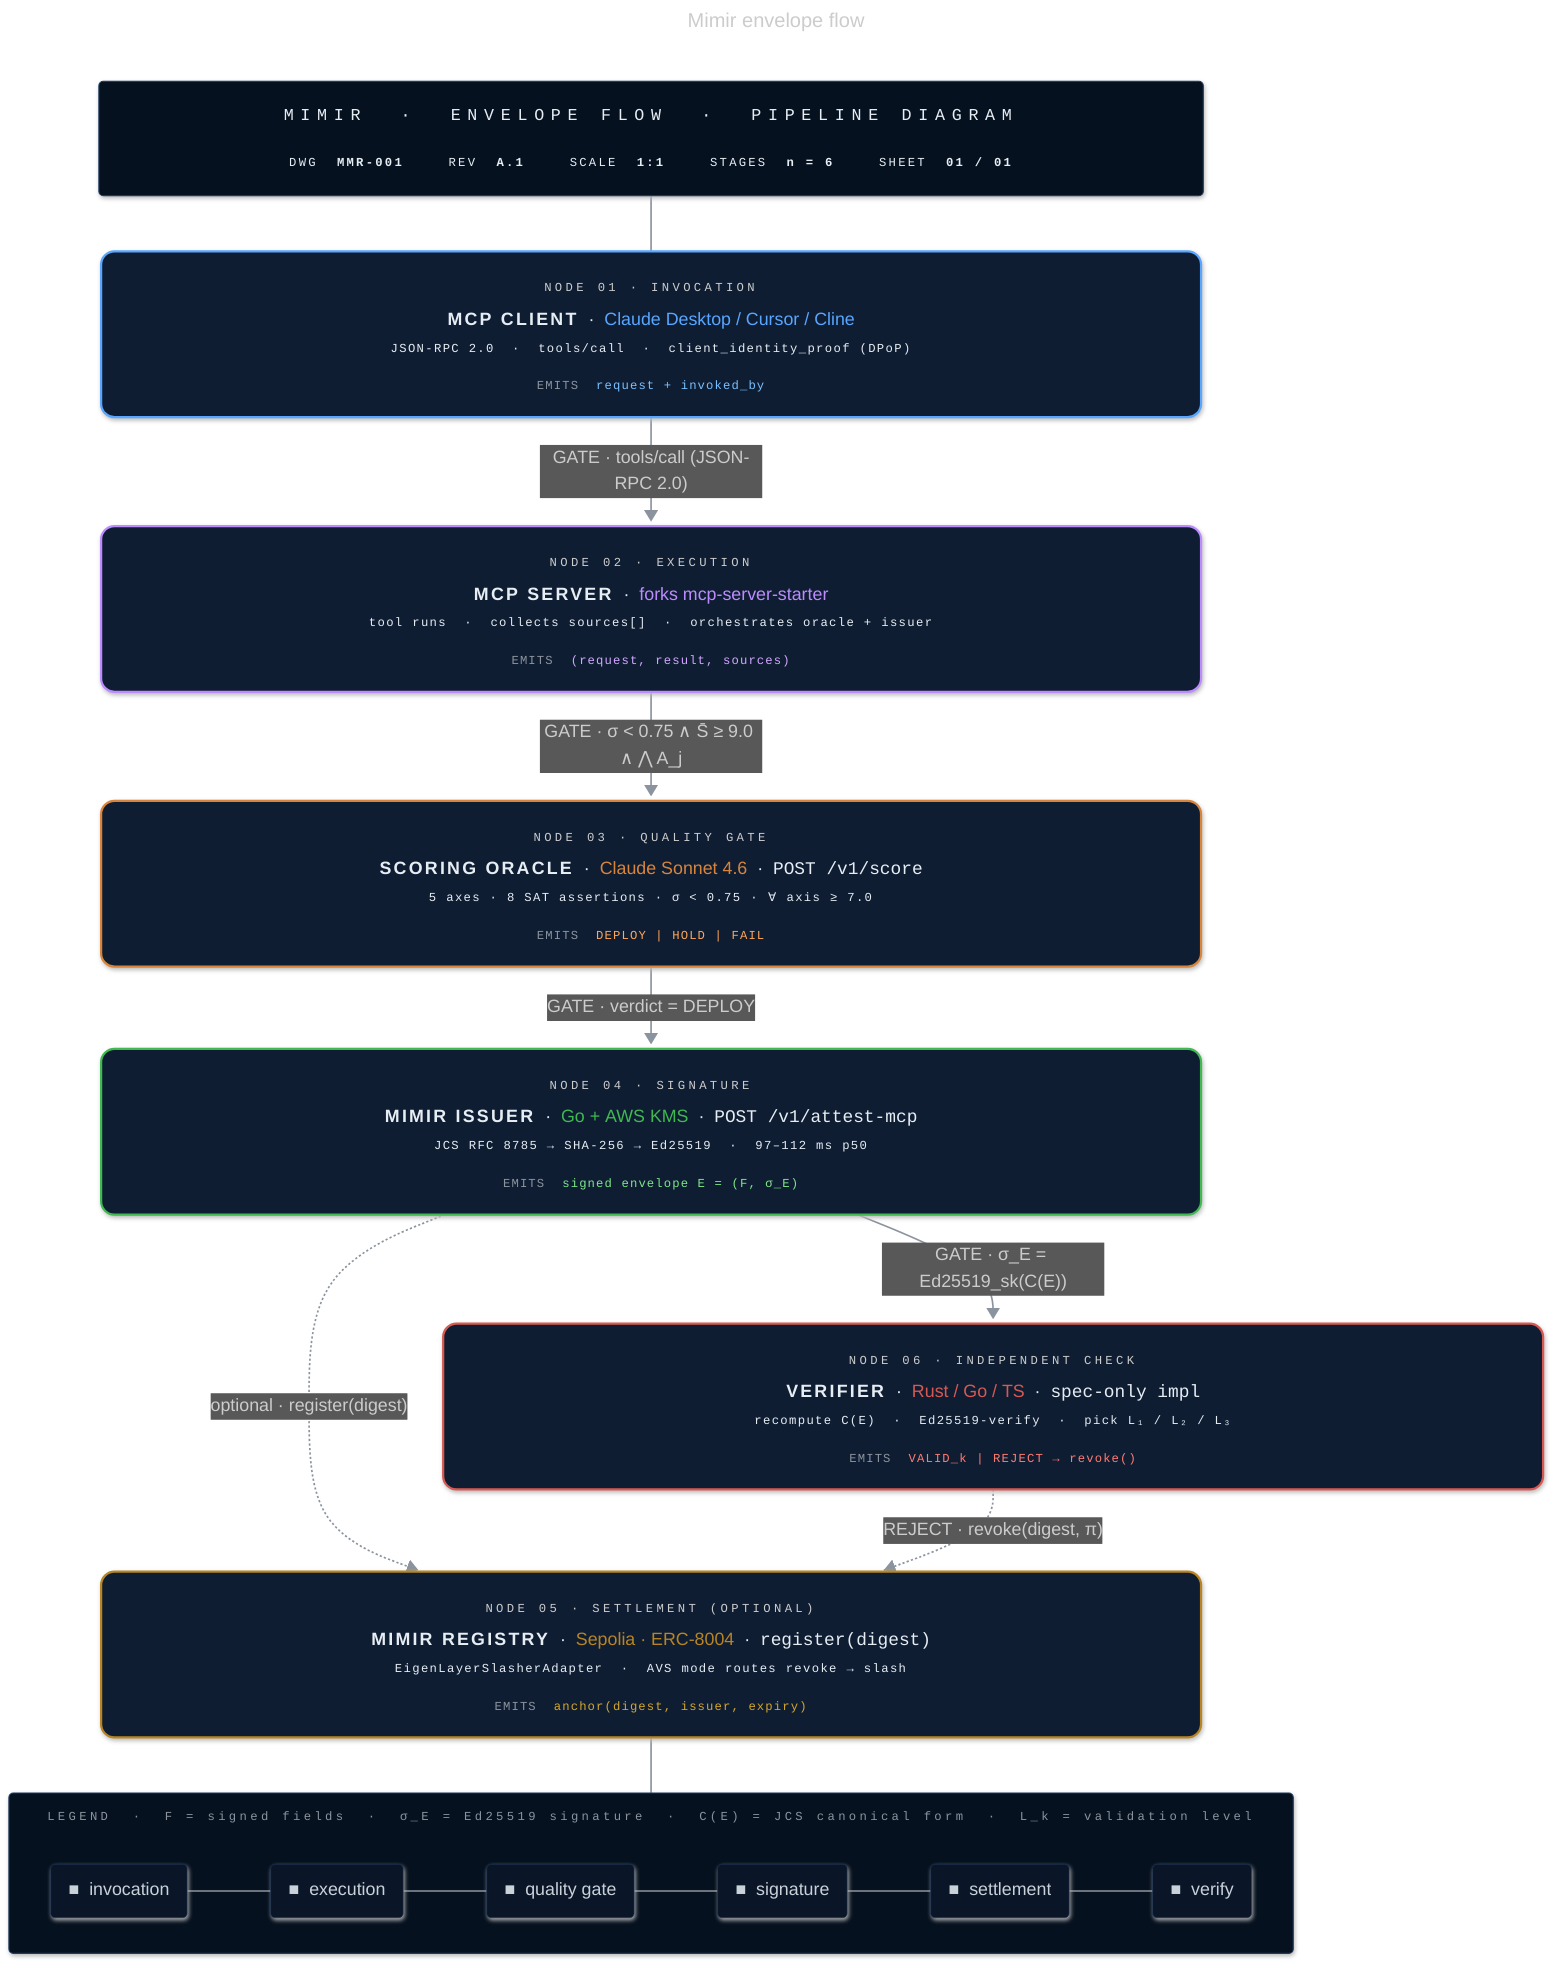
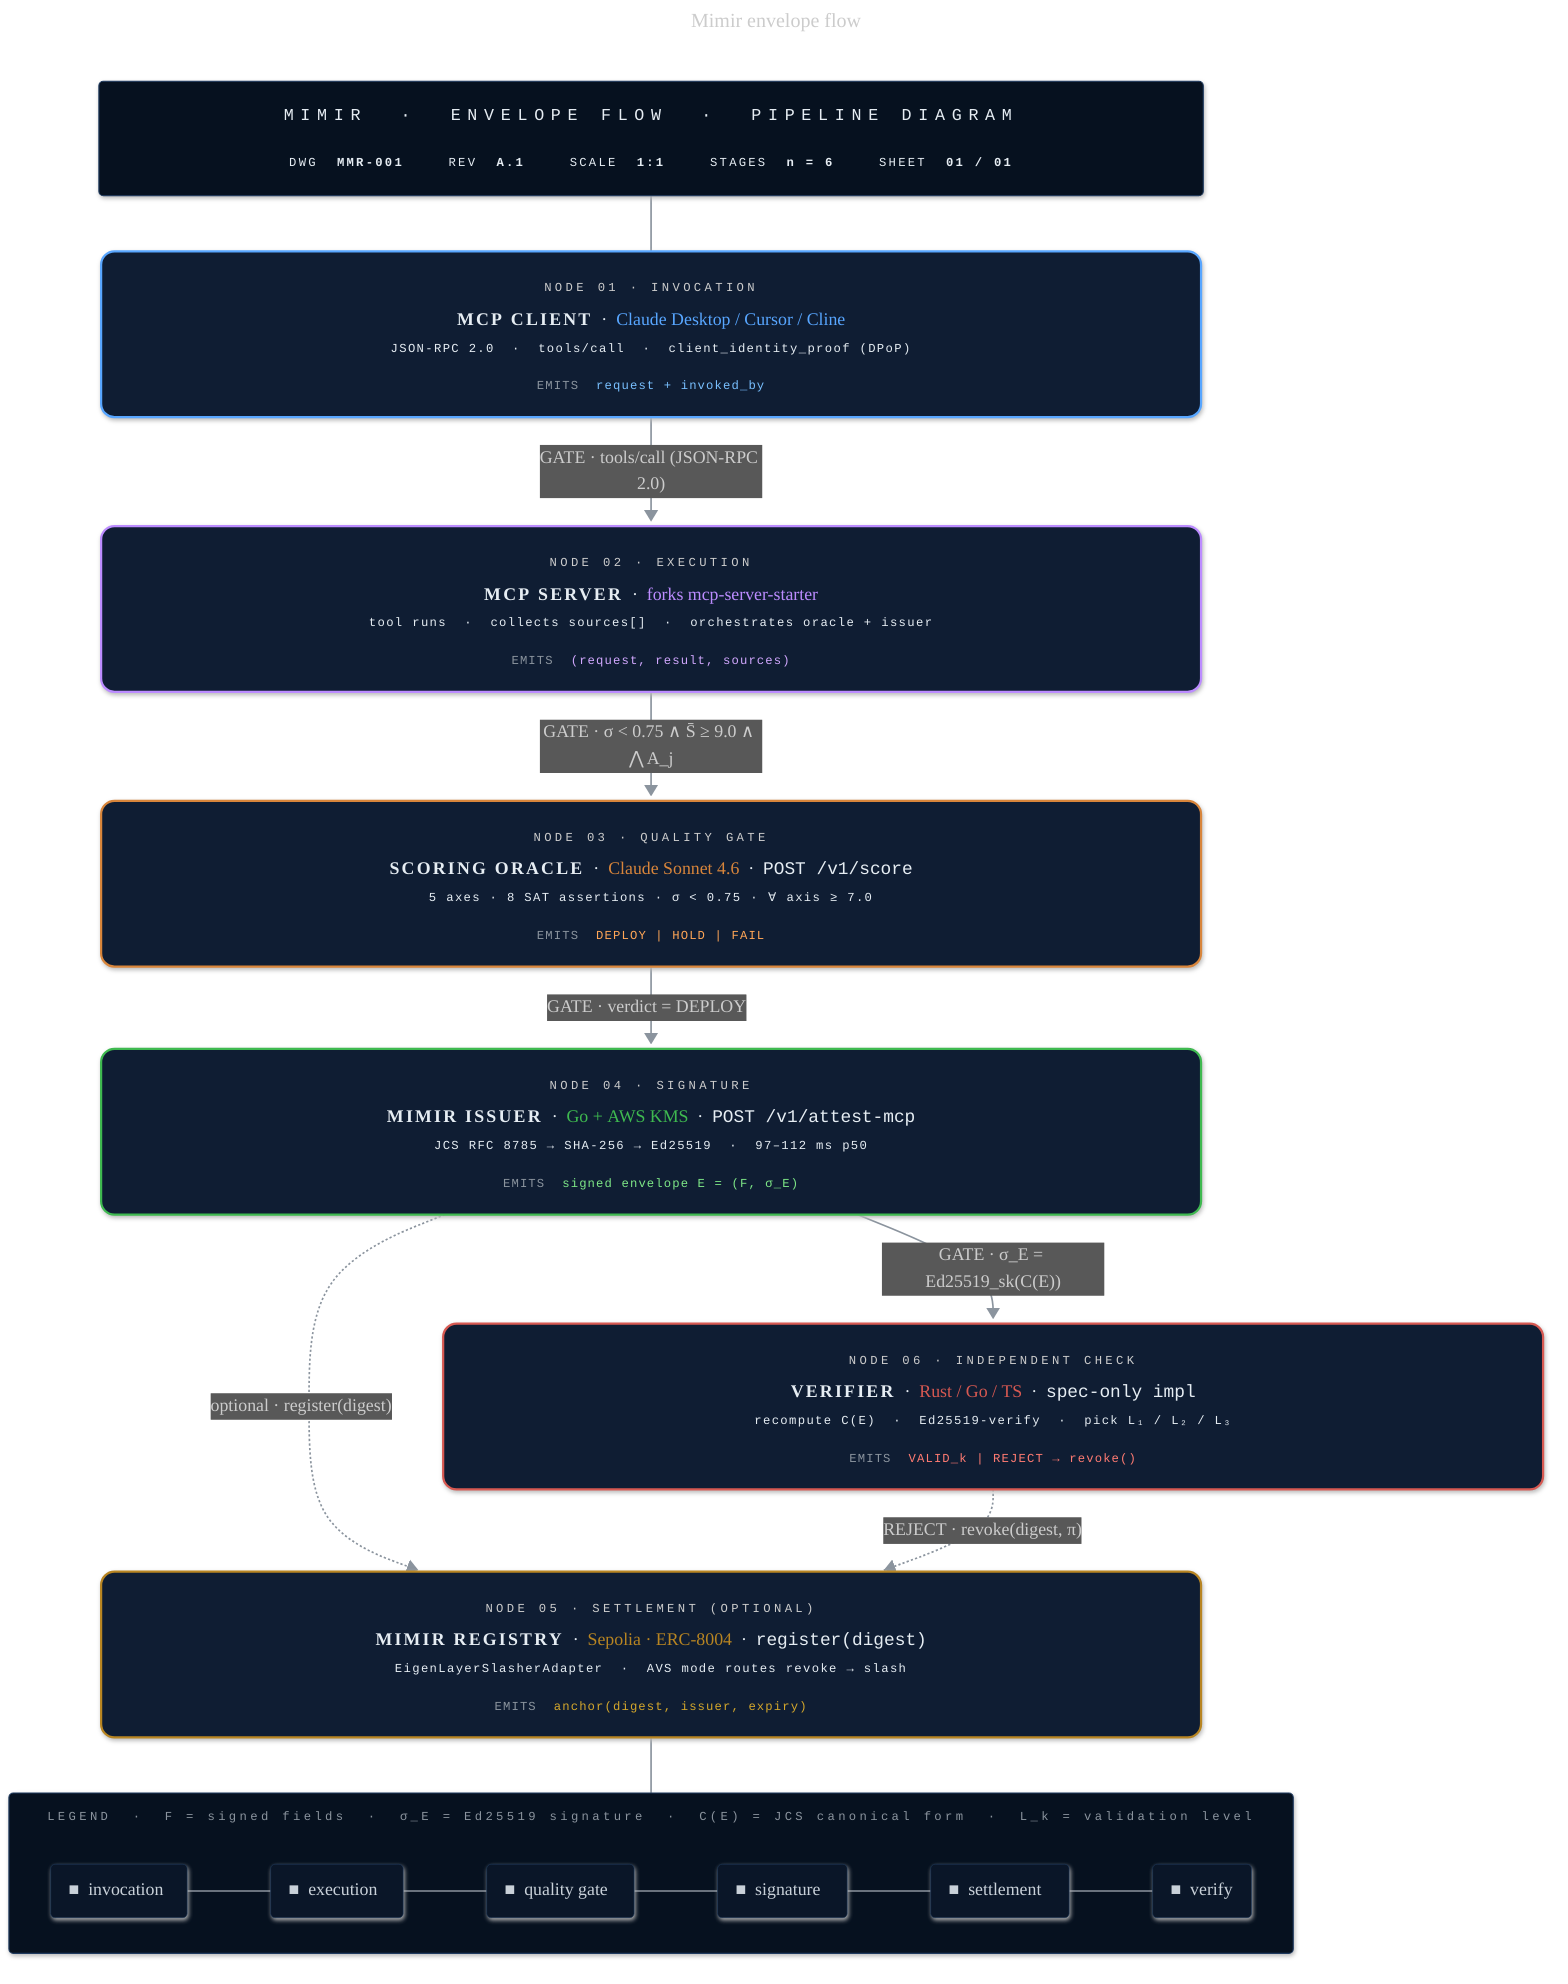
---
title: Mimir envelope flow
config:
  look: neo
  theme: dark
+   themeVariables:
+     background: '#0d1117'
+     primaryColor: '#161b22'
+     primaryTextColor: '#e6edf3'
+     primaryBorderColor: '#30363d'
+     lineColor: '#8b949e'
+     secondaryColor: '#161b22'
+     tertiaryColor: '#0d1117'
+     clusterBkg: '#06111f'
+     clusterBorder: '#1e3a5f'
+     fontFamily: '-apple-system, BlinkMacSystemFont, Segoe UI, Helvetica, Arial, sans-serif'
  flowchart:
    curve: basis
    padding: 18
    nodeSpacing: 44
    rankSpacing: 50
    htmlLabels: true
    subGraphTitleMargin:
      top: 14
      bottom: 18
---
flowchart TB
    TitleBlock["<div style='font-family:ui-monospace,SFMono-Regular,Consolas,monospace;text-align:center;min-width:940px;padding:6px 10px;line-height:1.8'><div style='color:#58a6ff;font-size:15px;letter-spacing:6px;border-bottom:1px solid #1e3a5f;padding-bottom:10px;margin-bottom:10px'>MIMIR &nbsp;·&nbsp; ENVELOPE&nbsp;FLOW &nbsp;·&nbsp; PIPELINE&nbsp;DIAGRAM</div><div style='display:flex;gap:40px;justify-content:center;font-size:11px;color:#8b949e;letter-spacing:2px'><span>DWG&nbsp;&nbsp;<b style='color:#e6edf3'>MMR-001</b></span><span>REV&nbsp;&nbsp;<b style='color:#e6edf3'>A.1</b></span><span>SCALE&nbsp;&nbsp;<b style='color:#e6edf3'>1:1</b></span><span>STAGES&nbsp;&nbsp;<b style='color:#e6edf3'>n&nbsp;=&nbsp;6</b></span><span>SHEET&nbsp;&nbsp;<b style='color:#e6edf3'>01&nbsp;/&nbsp;01</b></span></div></div>"]

    Client["<div style='text-align:center;min-width:940px;line-height:2;padding:4px 8px'><div><span style='font-family:ui-monospace,monospace;color:#8b949e;font-size:11px;letter-spacing:3px'>NODE&nbsp;01&nbsp;·&nbsp;INVOCATION</span></div><div style='line-height:1.8'><b style='letter-spacing:2px'>MCP&nbsp;CLIENT</b>&nbsp;&nbsp;·&nbsp;&nbsp;<span style='color:#58a6ff'>Claude&nbsp;Desktop&nbsp;/&nbsp;Cursor&nbsp;/&nbsp;Cline</span></div><div style='color:#6e7681;font-size:11px;font-family:ui-monospace,monospace;letter-spacing:1.2px'>JSON-RPC&nbsp;2.0&nbsp;&nbsp;·&nbsp;&nbsp;tools/call&nbsp;&nbsp;·&nbsp;&nbsp;client_identity_proof&nbsp;(DPoP)</div><div style='border-top:1px solid #1e3a5f;margin-top:6px;padding-top:6px;font-family:ui-monospace,monospace;font-size:11px;letter-spacing:1px'><span style='color:#8b949e'>EMITS</span>&nbsp;&nbsp;<span style='color:#79c0ff'>request&nbsp;+&nbsp;invoked_by</span></div></div>"]

    Server["<div style='text-align:center;min-width:940px;line-height:2;padding:4px 8px'><div><span style='font-family:ui-monospace,monospace;color:#8b949e;font-size:11px;letter-spacing:3px'>NODE&nbsp;02&nbsp;·&nbsp;EXECUTION</span></div><div style='line-height:1.8'><b style='letter-spacing:2px'>MCP&nbsp;SERVER</b>&nbsp;&nbsp;·&nbsp;&nbsp;<span style='color:#bc8cff'>forks&nbsp;mcp-server-starter</span></div><div style='color:#6e7681;font-size:11px;font-family:ui-monospace,monospace;letter-spacing:1.2px'>tool&nbsp;runs&nbsp;&nbsp;·&nbsp;&nbsp;collects&nbsp;sources[]&nbsp;&nbsp;·&nbsp;&nbsp;orchestrates&nbsp;oracle&nbsp;+&nbsp;issuer</div><div style='border-top:1px solid #1e3a5f;margin-top:6px;padding-top:6px;font-family:ui-monospace,monospace;font-size:11px;letter-spacing:1px'><span style='color:#8b949e'>EMITS</span>&nbsp;&nbsp;<span style='color:#d2a8ff'>(request,&nbsp;result,&nbsp;sources)</span></div></div>"]

    Oracle["<div style='text-align:center;min-width:940px;line-height:2;padding:4px 8px'><div><span style='font-family:ui-monospace,monospace;color:#8b949e;font-size:11px;letter-spacing:3px'>NODE&nbsp;03&nbsp;·&nbsp;QUALITY&nbsp;GATE</span></div><div style='line-height:1.8'><b style='letter-spacing:2px'>SCORING&nbsp;ORACLE</b>&nbsp;&nbsp;·&nbsp;&nbsp;<span style='color:#d8853b'>Claude&nbsp;Sonnet&nbsp;4.6</span>&nbsp;&nbsp;·&nbsp;&nbsp;<code style='color:#e6edf3'>POST&nbsp;/v1/score</code></div><div style='color:#6e7681;font-size:11px;font-family:ui-monospace,monospace;letter-spacing:1.2px'>5&nbsp;axes&nbsp;·&nbsp;8&nbsp;SAT&nbsp;assertions&nbsp;·&nbsp;σ&nbsp;<&nbsp;0.75&nbsp;·&nbsp;∀&nbsp;axis&nbsp;≥&nbsp;7.0</div><div style='border-top:1px solid #1e3a5f;margin-top:6px;padding-top:6px;font-family:ui-monospace,monospace;font-size:11px;letter-spacing:1px'><span style='color:#8b949e'>EMITS</span>&nbsp;&nbsp;<span style='color:#ffa657'>DEPLOY&nbsp;|&nbsp;HOLD&nbsp;|&nbsp;FAIL</span></div></div>"]

    Issuer["<div style='text-align:center;min-width:940px;line-height:2;padding:4px 8px'><div><span style='font-family:ui-monospace,monospace;color:#8b949e;font-size:11px;letter-spacing:3px'>NODE&nbsp;04&nbsp;·&nbsp;SIGNATURE</span></div><div style='line-height:1.8'><b style='letter-spacing:2px'>MIMIR&nbsp;ISSUER</b>&nbsp;&nbsp;·&nbsp;&nbsp;<span style='color:#3fb950'>Go&nbsp;+&nbsp;AWS&nbsp;KMS</span>&nbsp;&nbsp;·&nbsp;&nbsp;<code style='color:#e6edf3'>POST&nbsp;/v1/attest-mcp</code></div><div style='color:#6e7681;font-size:11px;font-family:ui-monospace,monospace;letter-spacing:1.2px'>JCS&nbsp;RFC&nbsp;8785&nbsp;→&nbsp;SHA-256&nbsp;→&nbsp;Ed25519&nbsp;&nbsp;·&nbsp;&nbsp;97–112&nbsp;ms&nbsp;p50</div><div style='border-top:1px solid #1e3a5f;margin-top:6px;padding-top:6px;font-family:ui-monospace,monospace;font-size:11px;letter-spacing:1px'><span style='color:#8b949e'>EMITS</span>&nbsp;&nbsp;<span style='color:#7ee787'>signed&nbsp;envelope&nbsp;E&nbsp;=&nbsp;(F,&nbsp;σ_E)</span></div></div>"]

    Chain["<div style='text-align:center;min-width:940px;line-height:2;padding:4px 8px'><div><span style='font-family:ui-monospace,monospace;color:#8b949e;font-size:11px;letter-spacing:3px'>NODE&nbsp;05&nbsp;·&nbsp;SETTLEMENT&nbsp;(OPTIONAL)</span></div><div style='line-height:1.8'><b style='letter-spacing:2px'>MIMIR&nbsp;REGISTRY</b>&nbsp;&nbsp;·&nbsp;&nbsp;<span style='color:#b88522'>Sepolia&nbsp;·&nbsp;ERC-8004</span>&nbsp;&nbsp;·&nbsp;&nbsp;<code style='color:#e6edf3'>register(digest)</code></div><div style='color:#6e7681;font-size:11px;font-family:ui-monospace,monospace;letter-spacing:1.2px'>EigenLayerSlasherAdapter&nbsp;&nbsp;·&nbsp;&nbsp;AVS&nbsp;mode&nbsp;routes&nbsp;revoke&nbsp;→&nbsp;slash</div><div style='border-top:1px solid #1e3a5f;margin-top:6px;padding-top:6px;font-family:ui-monospace,monospace;font-size:11px;letter-spacing:1px'><span style='color:#8b949e'>EMITS</span>&nbsp;&nbsp;<span style='color:#d4a72c'>anchor(digest,&nbsp;issuer,&nbsp;expiry)</span></div></div>"]

    Verifier["<div style='text-align:center;min-width:940px;line-height:2;padding:4px 8px'><div><span style='font-family:ui-monospace,monospace;color:#8b949e;font-size:11px;letter-spacing:3px'>NODE&nbsp;06&nbsp;·&nbsp;INDEPENDENT&nbsp;CHECK</span></div><div style='line-height:1.8'><b style='letter-spacing:2px'>VERIFIER</b>&nbsp;&nbsp;·&nbsp;&nbsp;<span style='color:#d75952'>Rust&nbsp;/&nbsp;Go&nbsp;/&nbsp;TS</span>&nbsp;&nbsp;·&nbsp;&nbsp;<code style='color:#e6edf3'>spec-only&nbsp;impl</code></div><div style='color:#6e7681;font-size:11px;font-family:ui-monospace,monospace;letter-spacing:1.2px'>recompute&nbsp;C(E)&nbsp;&nbsp;·&nbsp;&nbsp;Ed25519-verify&nbsp;&nbsp;·&nbsp;&nbsp;pick&nbsp;L₁&nbsp;/&nbsp;L₂&nbsp;/&nbsp;L₃</div><div style='border-top:1px solid #1e3a5f;margin-top:6px;padding-top:6px;font-family:ui-monospace,monospace;font-size:11px;letter-spacing:1px'><span style='color:#8b949e'>EMITS</span>&nbsp;&nbsp;<span style='color:#ff7b72'>VALID_k&nbsp;|&nbsp;REJECT&nbsp;→&nbsp;revoke()</span></div></div>"]

    subgraph Legend["<div style='font-family:ui-monospace,monospace;color:#8b949e;font-size:11px;letter-spacing:3px;min-width:940px;text-align:center'>LEGEND&nbsp;&nbsp;·&nbsp;&nbsp;F&nbsp;=&nbsp;signed&nbsp;fields&nbsp;&nbsp;·&nbsp;&nbsp;σ_E&nbsp;=&nbsp;Ed25519&nbsp;signature&nbsp;&nbsp;·&nbsp;&nbsp;C(E)&nbsp;=&nbsp;JCS&nbsp;canonical&nbsp;form&nbsp;&nbsp;·&nbsp;&nbsp;L_k&nbsp;=&nbsp;validation&nbsp;level</div>"]
        direction LR
        lg1["<span style='color:#58a6ff'>■</span>&nbsp;&nbsp;invocation"] --- lg2["<span style='color:#bc8cff'>■</span>&nbsp;&nbsp;execution"] --- lg3["<span style='color:#d8853b'>■</span>&nbsp;&nbsp;quality&nbsp;gate"] --- lg4["<span style='color:#3fb950'>■</span>&nbsp;&nbsp;signature"] --- lg5["<span style='color:#b88522'>■</span>&nbsp;&nbsp;settlement"] --- lg6["<span style='color:#d75952'>■</span>&nbsp;&nbsp;verify"]
    end

    TitleBlock ~~~ Client
    Client ==>|"GATE · tools/call (JSON-RPC 2.0)"| Server
    Server ==>|"GATE · σ < 0.75 ∧ S̄ ≥ 9.0 ∧ ⋀ A_j"| Oracle
    Oracle ==>|"GATE · verdict = DEPLOY"| Issuer
    Issuer ==>|"GATE · σ_E = Ed25519_sk(C(E))"| Verifier
    Issuer -.->|"optional · register(digest)"| Chain
    Verifier -.->|"REJECT · revoke(digest, π)"| Chain
    Chain ~~~ Legend

    classDef titleBlock fill:#06111f,stroke:#1e3a5f,stroke-width:1px,color:#e6edf3,rx:4,ry:4
    classDef legend fill:#06111f,stroke:#1e3a5f,stroke-width:1px,color:#8b949e,rx:4,ry:4
    classDef legendItem fill:#0a1628,stroke:#1e3a5f,stroke-width:0.5px,color:#c9d1d9,rx:4,ry:4

    class TitleBlock titleBlock
    class Legend legend
    class lg1,lg2,lg3,lg4,lg5,lg6 legendItem

    style Client   fill:#0f1d33,stroke:#58a6ff,stroke-width:2px,color:#e6edf3,rx:12,ry:12
    style Server   fill:#0f1d33,stroke:#bc8cff,stroke-width:2px,color:#e6edf3,rx:12,ry:12
    style Oracle   fill:#0f1d33,stroke:#d8853b,stroke-width:2px,color:#e6edf3,rx:12,ry:12
    style Issuer   fill:#0f1d33,stroke:#3fb950,stroke-width:2px,color:#e6edf3,rx:12,ry:12
    style Chain    fill:#0f1d33,stroke:#b88522,stroke-width:2px,color:#e6edf3,rx:12,ry:12
    style Verifier fill:#0f1d33,stroke:#d75952,stroke-width:2px,color:#e6edf3,rx:12,ry:12

    linkStyle default stroke:#8b949e,stroke-width:1.5px
